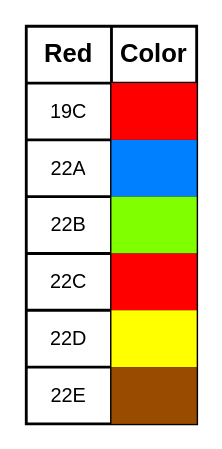
This is Red_22.drawio from williamm6891/Actividad_1_HV, a draw.io file, before an edit. Source tidied: cells renumbered, new cells numbered last; positions are measured from the earlier drawing's top-left corner, leaving out a move shared by most shapes. Both pictures are drawn from the tidied source at 142%, with x=0, y=0 at pixel (26, 26).
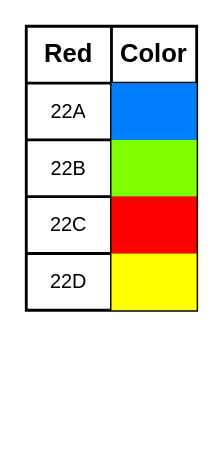
The same page after the edit.

Diff of the diagram source:
```diff
@@
     <mxCell id="2" style="shape=table;startSize=0;childLayout=tableLayout;strokeWidth=2;" parent="1" vertex="1">
-      <mxGeometry width="120" height="280" as="geometry" />
+      <mxGeometry width="120" height="200" as="geometry" />
     </mxCell>
@@
-    <mxCell id="6" style="shape=tableRow;horizontal=0;startSize=0;swimlaneHead=0;swimlaneBody=0;strokeColor=inherit;top=0;left=0;bottom=0;right=0;fillColor=none;" parent="2" vertex="1">
-      <mxGeometry y="40" width="120" height="40" as="geometry" />
-    </mxCell>
-    <mxCell id="7" value="&lt;font style=&quot;font-size: 14px;&quot;&gt;19C&lt;/font&gt;" style="shape=partialRectangle;html=1;whiteSpace=wrap;strokeColor=inherit;overflow=hidden;fillColor=none;top=0;left=0;bottom=0;right=0;" parent="6" vertex="1">
-      <mxGeometry width="60" height="40" as="geometry" />
-    </mxCell>
-    <mxCell id="8" style="shape=partialRectangle;html=1;whiteSpace=wrap;strokeColor=inherit;overflow=hidden;fillColor=#FF0000;top=0;left=0;bottom=0;right=0;strokeWidth=2;" parent="6" vertex="1">
-      <mxGeometry x="60" width="60" height="40" as="geometry" />
-    </mxCell>
     <mxCell id="9" style="shape=tableRow;horizontal=0;startSize=0;swimlaneHead=0;swimlaneBody=0;strokeColor=inherit;top=0;left=0;bottom=0;right=0;fillColor=none;" parent="2" vertex="1">
-      <mxGeometry y="80" width="120" height="40" as="geometry" />
+      <mxGeometry y="40" width="120" height="40" as="geometry" />
     </mxCell>
@@
-    <mxCell id="11" style="shape=partialRectangle;html=1;whiteSpace=wrap;strokeColor=default;overflow=hidden;fillColor=#007FFF;top=0;left=0;bottom=0;right=0;strokeWidth=2;" parent="9" vertex="1">
+    <mxCell id="11" style="shape=partialRectangle;html=1;whiteSpace=wrap;strokeColor=default;overflow=hidden;fillColor=#007FFF;top=0;left=0;bottom=0;right=0;strokeWidth=0;perimeterSpacing=0;fillStyle=auto;gradientColor=none;" parent="9" vertex="1">
       <mxGeometry x="60" width="60" height="40" as="geometry" />
     </mxCell>
     <mxCell id="12" style="shape=tableRow;horizontal=0;startSize=0;swimlaneHead=0;swimlaneBody=0;strokeColor=inherit;top=0;left=0;bottom=0;right=0;fillColor=none;" parent="2" vertex="1">
-      <mxGeometry y="120" width="120" height="40" as="geometry" />
+      <mxGeometry y="80" width="120" height="40" as="geometry" />
     </mxCell>
@@
     <mxCell id="15" style="shape=tableRow;horizontal=0;startSize=0;swimlaneHead=0;swimlaneBody=0;strokeColor=inherit;top=0;left=0;bottom=0;right=0;fillColor=none;" parent="2" vertex="1">
-      <mxGeometry y="160" width="120" height="40" as="geometry" />
+      <mxGeometry y="120" width="120" height="40" as="geometry" />
     </mxCell>
@@
     <mxCell id="18" style="shape=tableRow;horizontal=0;startSize=0;swimlaneHead=0;swimlaneBody=0;strokeColor=inherit;top=0;left=0;bottom=0;right=0;fillColor=none;" parent="2" vertex="1">
-      <mxGeometry y="200" width="120" height="40" as="geometry" />
+      <mxGeometry y="160" width="120" height="40" as="geometry" />
     </mxCell>
@@
-    <mxCell id="21" style="shape=tableRow;horizontal=0;startSize=0;swimlaneHead=0;swimlaneBody=0;strokeColor=inherit;top=0;left=0;bottom=0;right=0;fillColor=none;" parent="2" vertex="1">
-      <mxGeometry y="240" width="120" height="40" as="geometry" />
-    </mxCell>
-    <mxCell id="22" value="&lt;font style=&quot;font-size: 14px;&quot;&gt;22E&lt;/font&gt;" style="shape=partialRectangle;html=1;whiteSpace=wrap;strokeColor=inherit;overflow=hidden;fillColor=none;top=0;left=0;bottom=0;right=0;" parent="21" vertex="1">
-      <mxGeometry width="60" height="40" as="geometry" />
-    </mxCell>
-    <mxCell id="23" style="shape=partialRectangle;html=1;whiteSpace=wrap;strokeColor=default;overflow=hidden;fillColor=#994C00;top=0;left=0;bottom=0;right=0;strokeWidth=2;perimeterSpacing=2;" parent="21" vertex="1">
-      <mxGeometry x="60" width="60" height="40" as="geometry" />
-    </mxCell>
```
